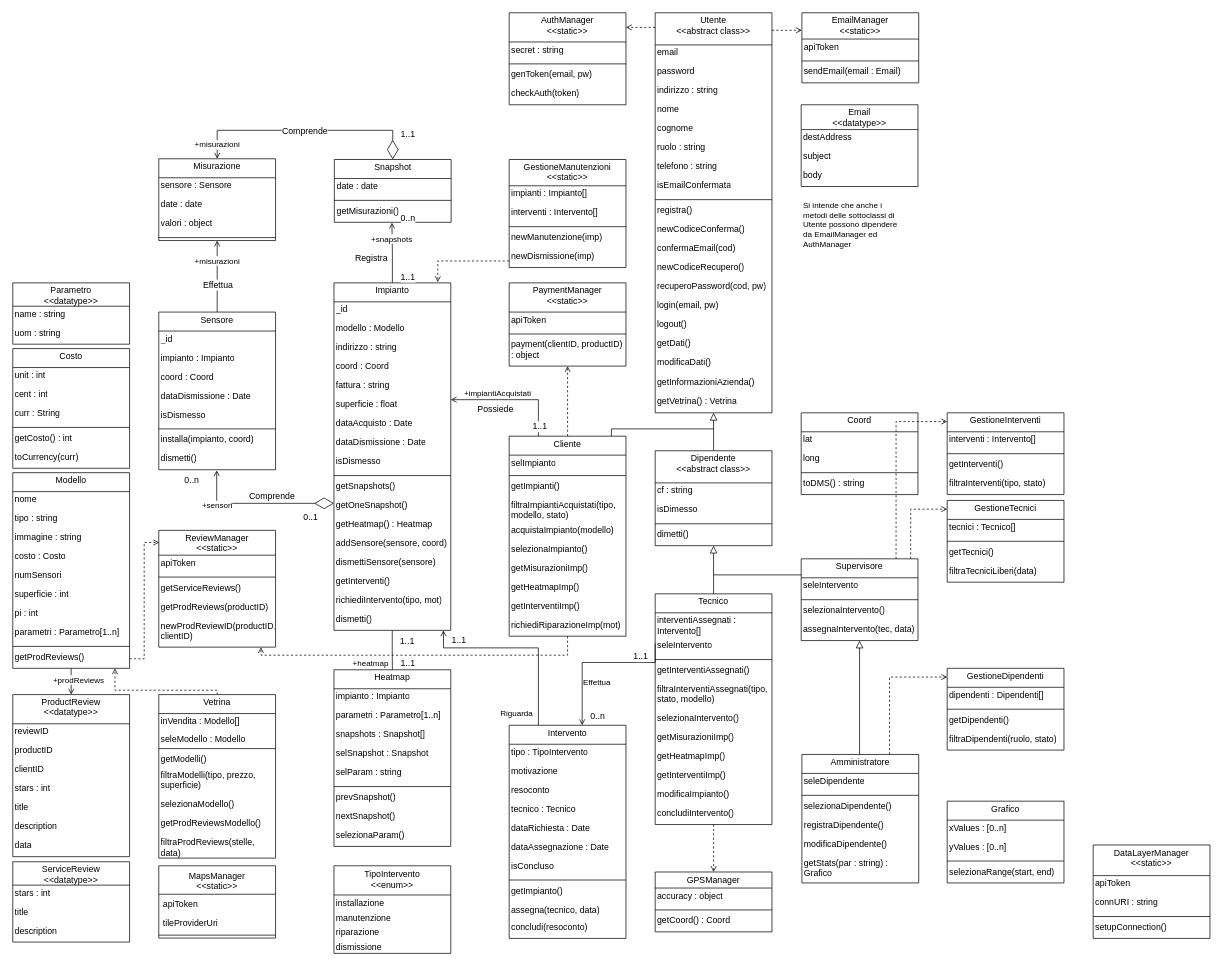
Above: page "Complessivo" (1 of 10) of deliverables/d3/.media/.drawio/classi.drawio in amanfucci/ardeeno-workondeliverables (draw.io), before the change. Source tidied: cells renumbered, new cells numbered last; positions are measured from the earlier drawing's top-left corner, leaving out a move shared by most shapes. Both pictures are drawn from the tidied source at 73%, with x=0, y=0 at pixel (12, 12).
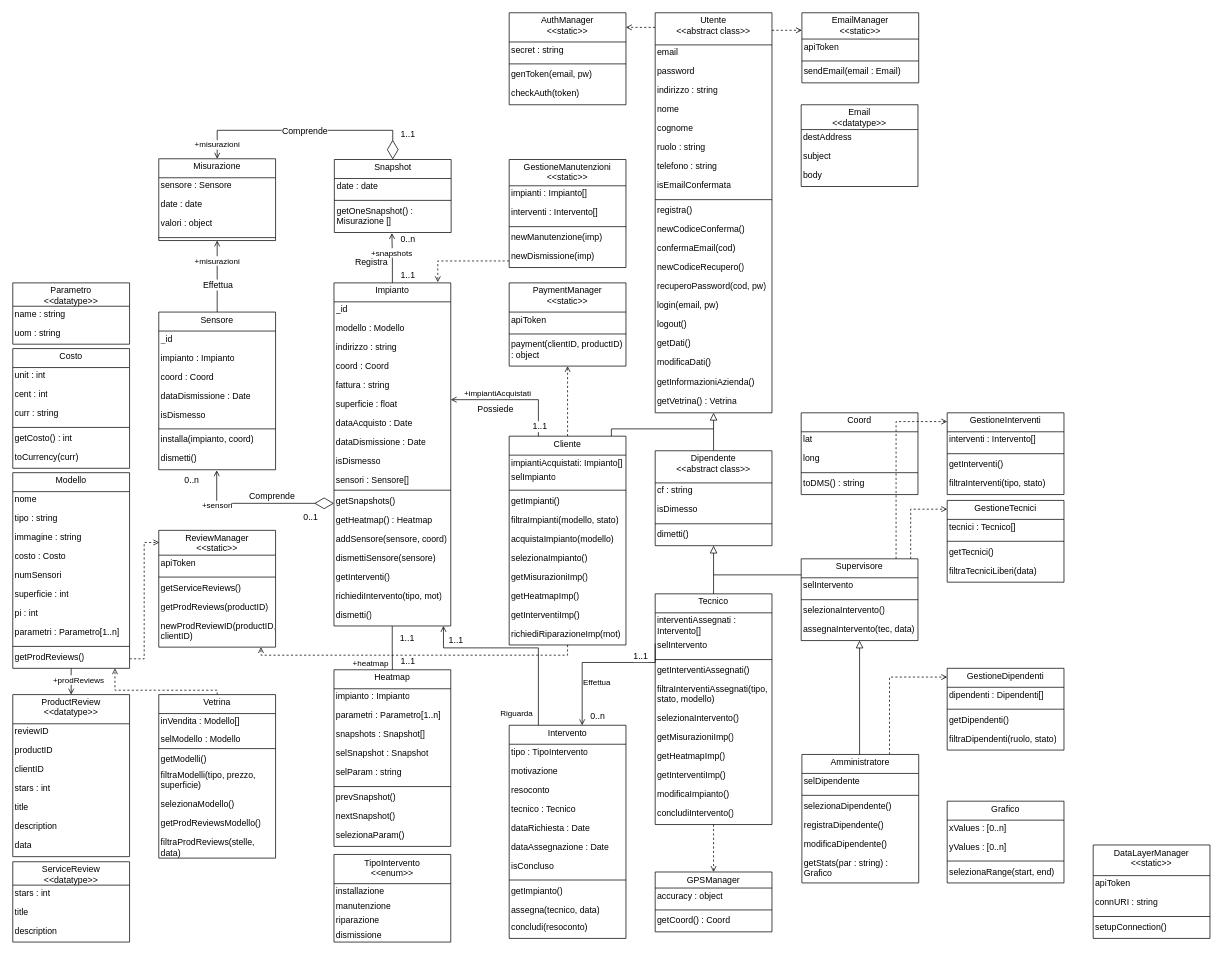
After the change.

Unchanged cells that the change refers to:
```xml
<mxCell id="50" value="Amministratore" style="swimlane;fontStyle=0;align=center;verticalAlign=top;horizontal=1;startSize=26;whiteSpace=wrap;spacing=-1;" parent="1" vertex="1">
  <mxGeometry x="1081" y="1016" width="160" height="176" as="geometry" />
</mxCell>
<mxCell id="122" value="Costo" style="swimlane;fontStyle=0;align=center;verticalAlign=top;horizontal=1;startSize=26;whiteSpace=wrap;spacing=-1;" parent="1" vertex="1">
  <mxGeometry y="460" width="160" height="164" as="geometry" />
</mxCell>
<mxCell id="144" value="Tecnico" style="swimlane;fontStyle=0;align=center;verticalAlign=top;horizontal=1;startSize=26;whiteSpace=wrap;spacing=-1;" parent="1" vertex="1">
  <mxGeometry x="880" y="796" width="160" height="316" as="geometry" />
</mxCell>
<mxCell id="159" value="Supervisore" style="swimlane;fontStyle=0;align=center;verticalAlign=top;horizontal=1;startSize=26;whiteSpace=wrap;spacing=-1;" parent="1" vertex="1">
  <mxGeometry x="1080" y="748" width="160" height="112" as="geometry" />
</mxCell>
<mxCell id="230" value="Vetrina" style="swimlane;fontStyle=0;align=center;verticalAlign=top;horizontal=1;startSize=26;whiteSpace=wrap;spacing=-1;" parent="1" vertex="1">
  <mxGeometry x="200" y="934" width="160" height="224" as="geometry" />
</mxCell>
```

Change to the diagram source:
```diff
@@
-    <mxCell id="51" value="seleDipendente" style="text;strokeColor=none;fillColor=none;align=left;verticalAlign=top;spacingLeft=4;spacingRight=4;overflow=hidden;fontStyle=0;whiteSpace=wrap;spacing=-1;" parent="50" vertex="1">
+    <mxCell id="51" value="selDipendente" style="text;strokeColor=none;fillColor=none;align=left;verticalAlign=top;spacingLeft=4;spacingRight=4;overflow=hidden;fontStyle=0;whiteSpace=wrap;spacing=-1;" parent="50" vertex="1">
       <mxGeometry y="26" width="160" height="26" as="geometry" />
     </mxCell>
@@
-    <mxCell id="125" value="curr : String" style="text;strokeColor=none;fillColor=none;align=left;verticalAlign=top;spacingLeft=4;spacingRight=4;overflow=hidden;fontStyle=0;whiteSpace=wrap;spacing=-1;" parent="122" vertex="1">
+    <mxCell id="125" value="curr : string" style="text;strokeColor=none;fillColor=none;align=left;verticalAlign=top;spacingLeft=4;spacingRight=4;overflow=hidden;fontStyle=0;whiteSpace=wrap;spacing=-1;" parent="122" vertex="1">
       <mxGeometry y="78" width="160" height="26" as="geometry" />
     </mxCell>
@@
-    <mxCell id="146" value="seleIntervento" style="text;strokeColor=none;fillColor=none;align=left;verticalAlign=top;spacingLeft=4;spacingRight=4;overflow=hidden;fontStyle=0;whiteSpace=wrap;spacing=-1;" parent="144" vertex="1">
+    <mxCell id="146" value="selIntervento" style="text;strokeColor=none;fillColor=none;align=left;verticalAlign=top;spacingLeft=4;spacingRight=4;overflow=hidden;fontStyle=0;whiteSpace=wrap;spacing=-1;" parent="144" vertex="1">
       <mxGeometry y="60" width="160" height="26" as="geometry" />
     </mxCell>
@@
-    <mxCell id="160" value="seleIntervento" style="text;strokeColor=none;fillColor=none;align=left;verticalAlign=top;spacingLeft=4;spacingRight=4;overflow=hidden;fontStyle=0;whiteSpace=wrap;spacing=-1;" parent="159" vertex="1">
+    <mxCell id="160" value="selIntervento" style="text;strokeColor=none;fillColor=none;align=left;verticalAlign=top;spacingLeft=4;spacingRight=4;overflow=hidden;fontStyle=0;whiteSpace=wrap;spacing=-1;" parent="159" vertex="1">
       <mxGeometry y="26" width="160" height="26" as="geometry" />
     </mxCell>
@@
     <mxCell id="183" value="Cliente" style="swimlane;fontStyle=0;align=center;verticalAlign=top;horizontal=1;startSize=26;whiteSpace=wrap;spacing=-1;" parent="1" vertex="1">
-      <mxGeometry x="680" y="580" width="160" height="274" as="geometry" />
+      <mxGeometry x="680" y="580" width="160" height="286" as="geometry" />
     </mxCell>
+    <mxCell id="278" value="impiantiAcquistati: Impianto[]" style="text;strokeColor=none;fillColor=none;align=left;verticalAlign=top;spacingLeft=4;spacingRight=4;overflow=hidden;fontStyle=0;whiteSpace=wrap;spacing=-1;" parent="183" vertex="1">
+      <mxGeometry y="26" width="160" height="20" as="geometry" />
+    </mxCell>
     <mxCell id="184" value="selImpianto" style="text;strokeColor=none;fillColor=none;align=left;verticalAlign=top;spacingLeft=4;spacingRight=4;overflow=hidden;fontStyle=0;whiteSpace=wrap;spacing=-1;" parent="183" vertex="1">
-      <mxGeometry y="26" width="160" height="24" as="geometry" />
+      <mxGeometry y="46" width="160" height="24" as="geometry" />
     </mxCell>
     <mxCell id="185" style="line;strokeWidth=1;fillColor=none;align=left;verticalAlign=middle;spacingTop=-1;spacingLeft=3;spacingRight=3;labelPosition=right;strokeColor=inherit;fontStyle=0;whiteSpace=wrap;spacing=-1;" parent="183" vertex="1">
-      <mxGeometry y="50" width="160" height="8" as="geometry" />
+      <mxGeometry y="70" width="160" height="8" as="geometry" />
     </mxCell>
     <mxCell id="186" value="getImpianti()" style="text;strokeColor=none;fillColor=none;align=left;verticalAlign=top;spacingLeft=4;spacingRight=4;overflow=hidden;fontStyle=0;whiteSpace=wrap;spacing=-1;" parent="183" vertex="1">
-      <mxGeometry y="58" width="160" height="26" as="geometry" />
+      <mxGeometry y="78" width="160" height="26" as="geometry" />
     </mxCell>
-    <mxCell id="187" value="filtraImpiantiAcquistati(tipo, modello, stato)" style="text;strokeColor=none;fillColor=none;align=left;verticalAlign=top;spacingLeft=4;spacingRight=4;overflow=hidden;fontStyle=0;whiteSpace=wrap;spacing=-1;" parent="183" vertex="1">
-      <mxGeometry y="84" width="160" height="34" as="geometry" />
+    <mxCell id="187" value="filtraImpianti(modello, stato)" style="text;strokeColor=none;fillColor=none;align=left;verticalAlign=top;spacingLeft=4;spacingRight=4;overflow=hidden;fontStyle=0;whiteSpace=wrap;spacing=-1;" parent="183" vertex="1">
+      <mxGeometry y="104" width="160" height="26" as="geometry" />
     </mxCell>
     <mxCell id="188" value="acquistaImpianto(modello)" style="text;strokeColor=none;fillColor=none;align=left;verticalAlign=top;spacingLeft=4;spacingRight=4;overflow=hidden;fontStyle=0;whiteSpace=wrap;spacing=-1;" parent="183" vertex="1">
-      <mxGeometry y="118" width="160" height="26" as="geometry" />
+      <mxGeometry y="130" width="160" height="26" as="geometry" />
     </mxCell>
     <mxCell id="189" value="selezionaImpianto()" style="text;strokeColor=none;fillColor=none;align=left;verticalAlign=top;spacingLeft=4;spacingRight=4;overflow=hidden;fontStyle=0;whiteSpace=wrap;spacing=-1;" parent="183" vertex="1">
-      <mxGeometry y="144" width="160" height="26" as="geometry" />
+      <mxGeometry y="156" width="160" height="26" as="geometry" />
     </mxCell>
     <mxCell id="190" value="getMisurazioniImp()" style="text;strokeColor=none;fillColor=none;align=left;verticalAlign=top;spacingLeft=4;spacingRight=4;overflow=hidden;fontStyle=0;whiteSpace=wrap;spacing=-1;" parent="183" vertex="1">
-      <mxGeometry y="170" width="160" height="26" as="geometry" />
+      <mxGeometry y="182" width="160" height="26" as="geometry" />
     </mxCell>
     <mxCell id="191" value="getHeatmapImp()" style="text;strokeColor=none;fillColor=none;align=left;verticalAlign=top;spacingLeft=4;spacingRight=4;overflow=hidden;fontStyle=0;whiteSpace=wrap;spacing=-1;" parent="183" vertex="1">
-      <mxGeometry y="196" width="160" height="26" as="geometry" />
+      <mxGeometry y="208" width="160" height="26" as="geometry" />
     </mxCell>
     <mxCell id="192" value="getInterventiImp()" style="text;strokeColor=none;fillColor=none;align=left;verticalAlign=top;spacingLeft=4;spacingRight=4;overflow=hidden;fontStyle=0;whiteSpace=wrap;spacing=-1;" parent="183" vertex="1">
-      <mxGeometry y="222" width="160" height="26" as="geometry" />
+      <mxGeometry y="234" width="160" height="26" as="geometry" />
     </mxCell>
     <mxCell id="193" value="richiediRiparazioneImp(mot)" style="text;strokeColor=none;fillColor=none;align=left;verticalAlign=top;spacingLeft=4;spacingRight=4;overflow=hidden;fontStyle=0;whiteSpace=wrap;spacing=-1;" parent="183" vertex="1">
-      <mxGeometry y="248" width="160" height="26" as="geometry" />
+      <mxGeometry y="260" width="160" height="26" as="geometry" />
     </mxCell>
     <mxCell id="194" value="Impianto" style="swimlane;fontStyle=0;align=center;verticalAlign=top;horizontal=1;startSize=26;whiteSpace=wrap;spacing=-1;" parent="1" vertex="1">
-      <mxGeometry x="440" y="370" width="160" height="476" as="geometry" />
+      <mxGeometry x="440" y="370" width="160" height="470" as="geometry" />
     </mxCell>
@@
+    <mxCell id="279" value="sensori : Sensore[]" style="text;strokeColor=none;fillColor=none;align=left;verticalAlign=top;spacingLeft=4;spacingRight=4;overflow=hidden;fontStyle=0;whiteSpace=wrap;spacing=-1;" parent="194" vertex="1">
+      <mxGeometry y="260" width="160" height="20" as="geometry" />
+    </mxCell>
     <mxCell id="204" style="line;strokeWidth=1;fillColor=none;align=left;verticalAlign=middle;spacingTop=-1;spacingLeft=3;spacingRight=3;labelPosition=right;strokeColor=inherit;fontStyle=0;whiteSpace=wrap;spacing=-1;" parent="194" vertex="1">
-      <mxGeometry y="260" width="160" height="8" as="geometry" />
+      <mxGeometry y="280" width="160" height="8" as="geometry" />
     </mxCell>
     <mxCell id="205" value="getSnapshots()" style="text;strokeColor=none;fillColor=none;align=left;verticalAlign=top;spacingLeft=4;spacingRight=4;overflow=hidden;fontStyle=0;whiteSpace=wrap;spacing=-1;" parent="194" vertex="1">
-      <mxGeometry y="268" width="160" height="26" as="geometry" />
+      <mxGeometry y="288" width="160" height="26" as="geometry" />
     </mxCell>
-    <mxCell id="206" value="getOneSnapshot()" style="text;strokeColor=none;fillColor=none;align=left;verticalAlign=top;spacingLeft=4;spacingRight=4;overflow=hidden;fontStyle=0;whiteSpace=wrap;spacing=-1;" parent="194" vertex="1">
-      <mxGeometry y="294" width="160" height="26" as="geometry" />
-    </mxCell>
     <mxCell id="207" value="getHeatmap() : Heatmap" style="text;strokeColor=none;fillColor=none;align=left;verticalAlign=top;spacingLeft=4;spacingRight=4;overflow=hidden;fontStyle=0;whiteSpace=wrap;spacing=-1;" parent="194" vertex="1">
-      <mxGeometry y="320" width="160" height="26" as="geometry" />
+      <mxGeometry y="314" width="160" height="26" as="geometry" />
     </mxCell>
     <mxCell id="208" value="addSensore(sensore, coord)" style="text;strokeColor=none;fillColor=none;align=left;verticalAlign=top;spacingLeft=4;spacingRight=4;overflow=hidden;fontStyle=0;whiteSpace=wrap;spacing=-1;" parent="194" vertex="1">
-      <mxGeometry y="346" width="160" height="26" as="geometry" />
+      <mxGeometry y="340" width="160" height="26" as="geometry" />
     </mxCell>
     <mxCell id="209" value="dismettiSensore(sensore)" style="text;strokeColor=none;fillColor=none;align=left;verticalAlign=top;spacingLeft=4;spacingRight=4;overflow=hidden;fontStyle=0;whiteSpace=wrap;spacing=-1;" parent="194" vertex="1">
-      <mxGeometry y="372" width="160" height="26" as="geometry" />
+      <mxGeometry y="366" width="160" height="26" as="geometry" />
     </mxCell>
     <mxCell id="210" value="getInterventi()" style="text;strokeColor=none;fillColor=none;align=left;verticalAlign=top;spacingLeft=4;spacingRight=4;overflow=hidden;fontStyle=0;whiteSpace=wrap;spacing=-1;" parent="194" vertex="1">
-      <mxGeometry y="398" width="160" height="26" as="geometry" />
+      <mxGeometry y="392" width="160" height="26" as="geometry" />
     </mxCell>
     <mxCell id="211" value="richiediIntervento(tipo, mot)" style="text;strokeColor=none;fillColor=none;align=left;verticalAlign=top;spacingLeft=4;spacingRight=4;overflow=hidden;fontStyle=0;whiteSpace=wrap;spacing=-1;" parent="194" vertex="1">
-      <mxGeometry y="424" width="160" height="26" as="geometry" />
+      <mxGeometry y="418" width="160" height="26" as="geometry" />
     </mxCell>
     <mxCell id="212" value="dismetti()" style="text;strokeColor=none;fillColor=none;align=left;verticalAlign=top;spacingLeft=4;spacingRight=4;overflow=hidden;points=[[0,0.5],[1,0.5]];portConstraint=eastwest;fontStyle=0;whiteSpace=wrap;spacing=-1;" parent="194" vertex="1">
-      <mxGeometry y="450" width="160" height="26" as="geometry" />
+      <mxGeometry y="444" width="160" height="26" as="geometry" />
     </mxCell>
@@
     <mxCell id="216" value="Snapshot" style="swimlane;fontStyle=0;align=center;verticalAlign=top;horizontal=1;startSize=26;whiteSpace=wrap;spacing=-1;" parent="1" vertex="1">
-      <mxGeometry x="440.5" y="201" width="160" height="86" as="geometry" />
+      <mxGeometry x="440.5" y="201" width="160" height="100" as="geometry" />
     </mxCell>
@@
-    <mxCell id="219" value="getMisurazioni()" style="text;strokeColor=none;fillColor=none;align=left;verticalAlign=top;spacingLeft=4;spacingRight=4;overflow=hidden;points=[[0,0.5],[1,0.5]];portConstraint=eastwest;fontStyle=0;whiteSpace=wrap;spacing=-1;" parent="216" vertex="1">
-      <mxGeometry y="60" width="160" height="26" as="geometry" />
+    <mxCell id="219" value="getOneSnapshot() : Misurazione []" style="text;strokeColor=none;fillColor=none;align=left;verticalAlign=top;spacingLeft=4;spacingRight=4;overflow=hidden;points=[[0,0.5],[1,0.5]];portConstraint=eastwest;fontStyle=0;whiteSpace=wrap;spacing=-1;" parent="216" vertex="1">
+      <mxGeometry y="60" width="160" height="40" as="geometry" />
     </mxCell>
     <mxCell id="220" value="+snapshots" style="edgeStyle=orthogonalEdgeStyle;rounded=0;jettySize=auto;html=1;entryX=0.493;entryY=1.02;entryDx=0;entryDy=0;startArrow=none;startFill=0;endArrow=open;endFill=0;entryPerimeter=0;exitX=0.5;exitY=0;exitDx=0;exitDy=0;" parent="1" edge="1" source="194" target="219">
-      <mxGeometry x="0.47" relative="1" as="geometry" />
+      <mxGeometry x="0.22" relative="1" as="geometry" />
     </mxCell>
     <mxCell id="221" value="1..1" style="edgeLabel;html=1;align=center;verticalAlign=middle;fontSize=12;fontFamily=Helvetica;fontColor=default;" parent="220" vertex="1">
       <mxGeometry x="-0.79" y="1" relative="1" as="geometry">
-        <mxPoint x="21" as="offset" />
+        <mxPoint x="21" y="-4" as="offset" />
       </mxGeometry>
     </mxCell>
     <mxCell id="222" value="0..n" style="edgeLabel;html=1;align=center;verticalAlign=middle;fontSize=12;fontFamily=Helvetica;fontColor=default;" parent="220" vertex="1">
       <mxGeometry x="-0.67" relative="1" as="geometry">
-        <mxPoint x="20" y="-75" as="offset" />
+        <mxPoint x="20" y="-49" as="offset" />
       </mxGeometry>
     </mxCell>
@@
-    <mxCell id="232" value="seleModello : Modello" style="text;strokeColor=none;fillColor=none;align=left;verticalAlign=top;spacingLeft=4;spacingRight=4;overflow=hidden;fontStyle=0;whiteSpace=wrap;spacing=-1;" parent="230" vertex="1">
+    <mxCell id="232" value="selModello : Modello" style="text;strokeColor=none;fillColor=none;align=left;verticalAlign=top;spacingLeft=4;spacingRight=4;overflow=hidden;fontStyle=0;whiteSpace=wrap;spacing=-1;" parent="230" vertex="1">
       <mxGeometry y="50" width="160" height="20" as="geometry" />
     </mxCell>
@@
     <mxCell id="264" value="TipoIntervento&#10;&lt;&lt;enum&gt;&gt;" style="swimlane;fontStyle=0;align=center;verticalAlign=top;horizontal=1;startSize=40;whiteSpace=wrap;spacing=0;" parent="1" vertex="1">
-      <mxGeometry x="440" y="1168.5" width="160" height="120" as="geometry" />
+      <mxGeometry x="440" y="1153" width="160" height="120" as="geometry" />
     </mxCell>
@@
-    <mxCell id="270" value="Si intende che anche i metodi delle sottoclassi di Utente possono dipendere da EmailManager ed AuthManager" style="text;html=1;strokeColor=none;fillColor=none;align=left;verticalAlign=top;whiteSpace=wrap;rounded=0;fillStyle=solid;fontFamily=Helvetica;fontSize=11;fontColor=default;spacing=3;" parent="1" vertex="1">
-      <mxGeometry x="1080" y="250" width="144" height="80" as="geometry" />
-    </mxCell>
-    <mxCell id="271" value="MapsManager&#10;&lt;&lt;static&gt;&gt;" style="swimlane;fontStyle=0;align=center;verticalAlign=top;horizontal=1;startSize=39;" parent="1" vertex="1">
-      <mxGeometry x="200" y="1168.5" width="160" height="99" as="geometry" />
-    </mxCell>
-    <mxCell id="272" value="apiToken" style="text;strokeColor=none;fillColor=none;align=left;verticalAlign=top;spacingLeft=4;spacingRight=4;overflow=hidden;" parent="271" vertex="1">
-      <mxGeometry y="39" width="160" height="26" as="geometry" />
-    </mxCell>
-    <mxCell id="273" value="tileProviderUri" style="text;strokeColor=none;fillColor=none;align=left;verticalAlign=top;spacingLeft=4;spacingRight=4;overflow=hidden;" parent="271" vertex="1">
-      <mxGeometry y="65" width="160" height="26" as="geometry" />
-    </mxCell>
-    <mxCell id="274" style="line;strokeWidth=1;fillColor=none;align=left;verticalAlign=middle;spacingTop=-1;spacingLeft=3;spacingRight=3;labelPosition=right;" parent="271" vertex="1">
-      <mxGeometry y="91" width="160" height="8" as="geometry" />
-    </mxCell>
```
